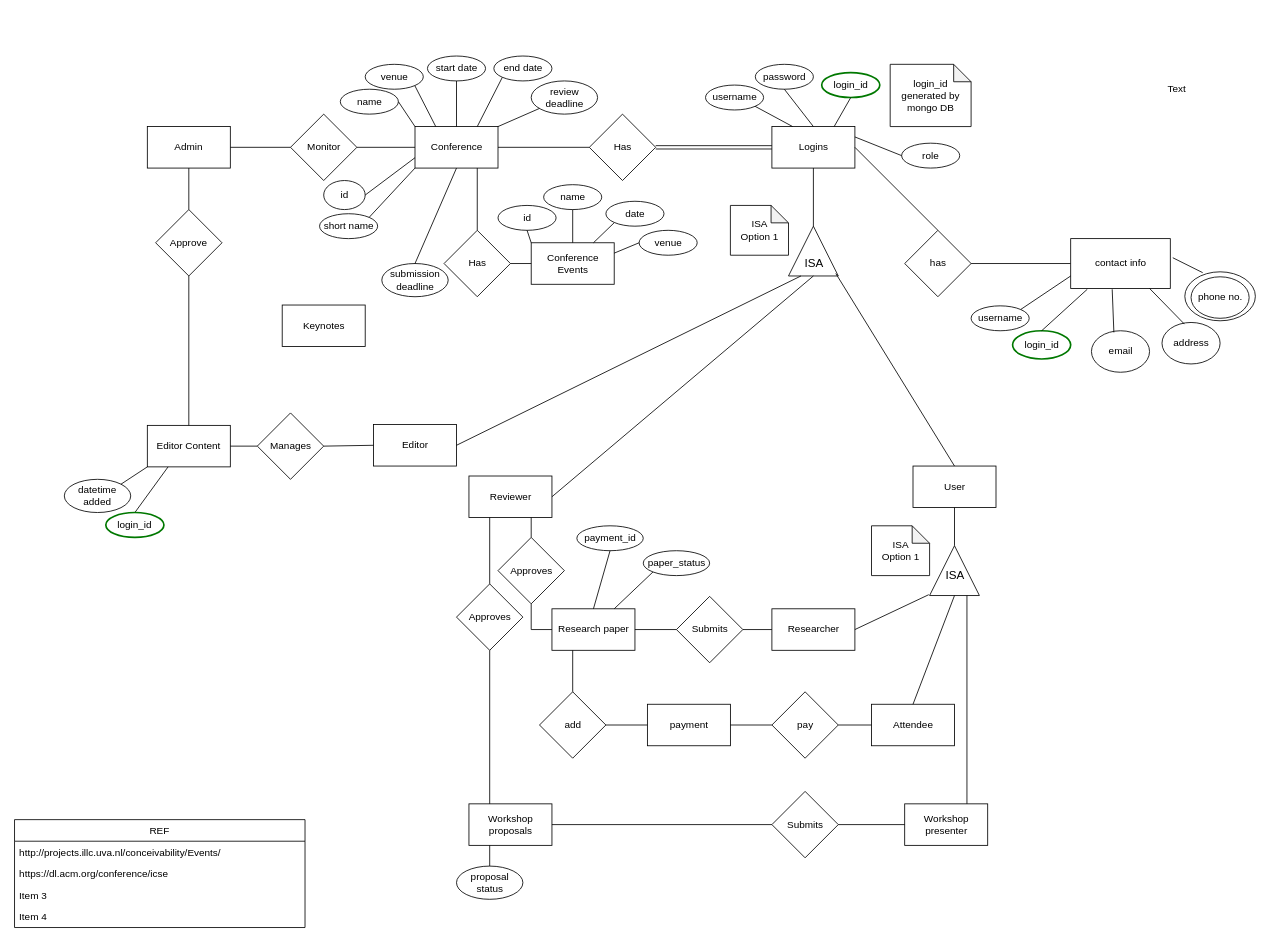
Above: page "ER-s1" (2 of 2) of diagrams/ER.drawio in matthew-sliit/conferencemgtool (draw.io), before the change. Source tidied: cells renumbered, new cells numbered last; positions are measured from the earlier drawing's top-left corner, leaving out a move shared by most shapes. Both pictures are drawn from the tidied source at 83%, with x=0, y=0 at pixel (14, 56).
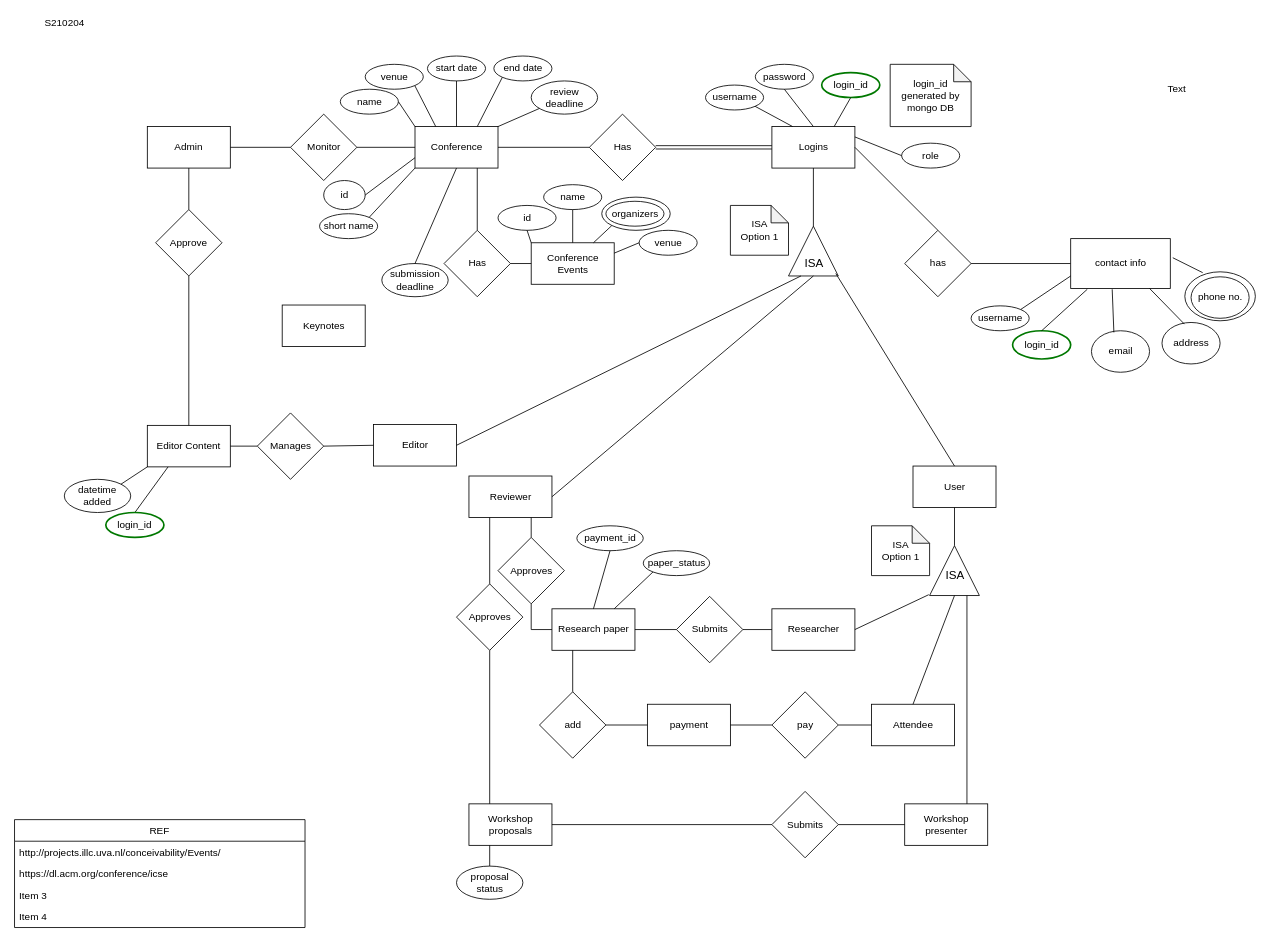
The same diagram, later.

The change refers to these unchanged cells:
```xml
<mxCell id="46" value="Conference Events" style="rounded=0;whiteSpace=wrap;html=1;" parent="1" vertex="1">
  <mxGeometry x="622.5" y="225" width="100" height="50" as="geometry" />
</mxCell>
```

What changed in the source:
```diff
@@
-    <mxCell id="54" value="date" style="ellipse;whiteSpace=wrap;html=1;" parent="1" vertex="1">
+    <mxCell id="54" value="organizers" style="ellipse;whiteSpace=wrap;html=1;" parent="1" vertex="1">
       <mxGeometry x="712.5" y="175" width="70" height="30" as="geometry" />
     </mxCell>
@@
-    <mxCell id="56" style="endArrow=none;html=1;entryX=0;entryY=1;entryDx=0;entryDy=0;exitX=0.75;exitY=0;exitDx=0;exitDy=0;" parent="1" edge="1" source="46" target="54">
+    <mxCell id="56" style="endArrow=none;html=1;exitX=0.75;exitY=0;exitDx=0;exitDy=0;entryX=0;entryY=1;entryDx=0;entryDy=0;" parent="1" edge="1" source="46" target="129">
       <mxGeometry relative="1" as="geometry" />
     </mxCell>
@@
+    <mxCell id="128" value="S210204" style="text;html=1;align=center;verticalAlign=middle;strokeColor=none;" parent="1" vertex="1">
+      <mxGeometry x="30" y="-50" width="60" height="20" as="geometry" />
+    </mxCell>
+    <mxCell id="129" style="ellipse;whiteSpace=wrap;html=1;fillColor=none;" parent="1" vertex="1">
+      <mxGeometry x="707.5" y="170" width="82.5" height="40" as="geometry" />
+    </mxCell>
```
